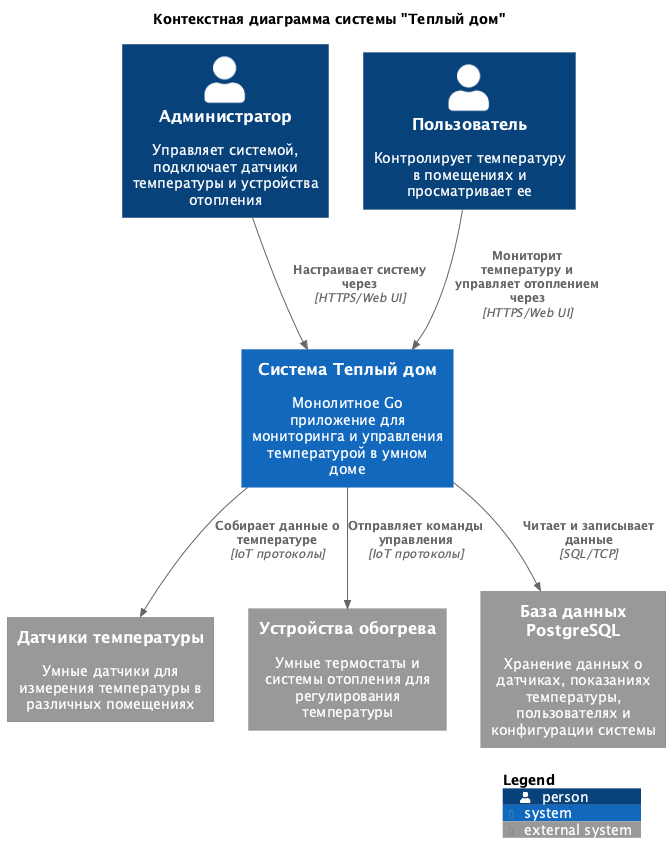
Before: architecture/C4_Context.png, a diagram exported from PlantUML (adilyas/architecture-warmhouse).
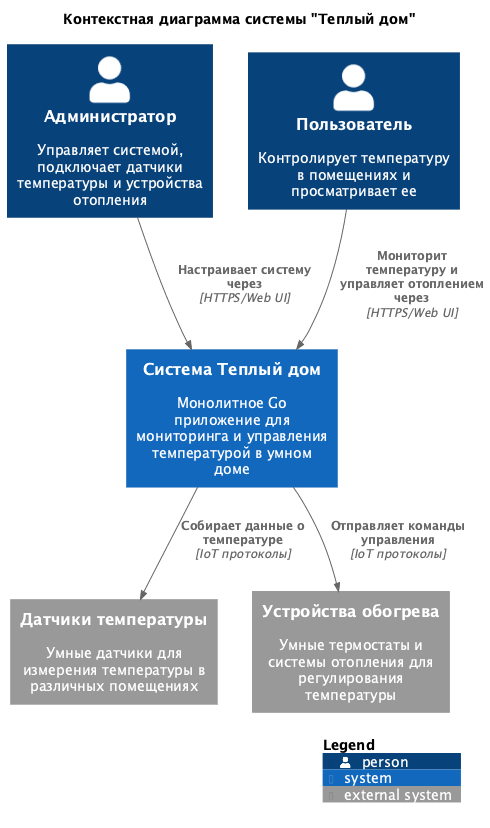
Later version of the same file.

What changed in the source:
```diff
@@ -10,14 +10,12 @@
 
 System_Ext(temp_sensors, "Датчики температуры", "Умные датчики для измерения температуры в различных помещениях")
 System_Ext(heating_devices, "Устройства обогрева", "Умные термостаты и системы отопления для регулирования температуры")
-System_Ext(database, "База данных PostgreSQL", "Хранение данных о датчиках, показаниях температуры, пользователях и конфигурации системы")
 
 Rel(admin, warmhouse, "Настраивает систему через", "HTTPS/Web UI")
 Rel(user, warmhouse, "Мониторит температуру и управляет отоплением через", "HTTPS/Web UI")
 
 Rel(warmhouse, temp_sensors, "Собирает данные о температуре", "IoT протоколы")
 Rel(warmhouse, heating_devices, "Отправляет команды управления", "IoT протоколы")
-Rel(warmhouse, database, "Читает и записывает данные", "SQL/TCP")
 
 SHOW_LEGEND()
 @enduml
```
